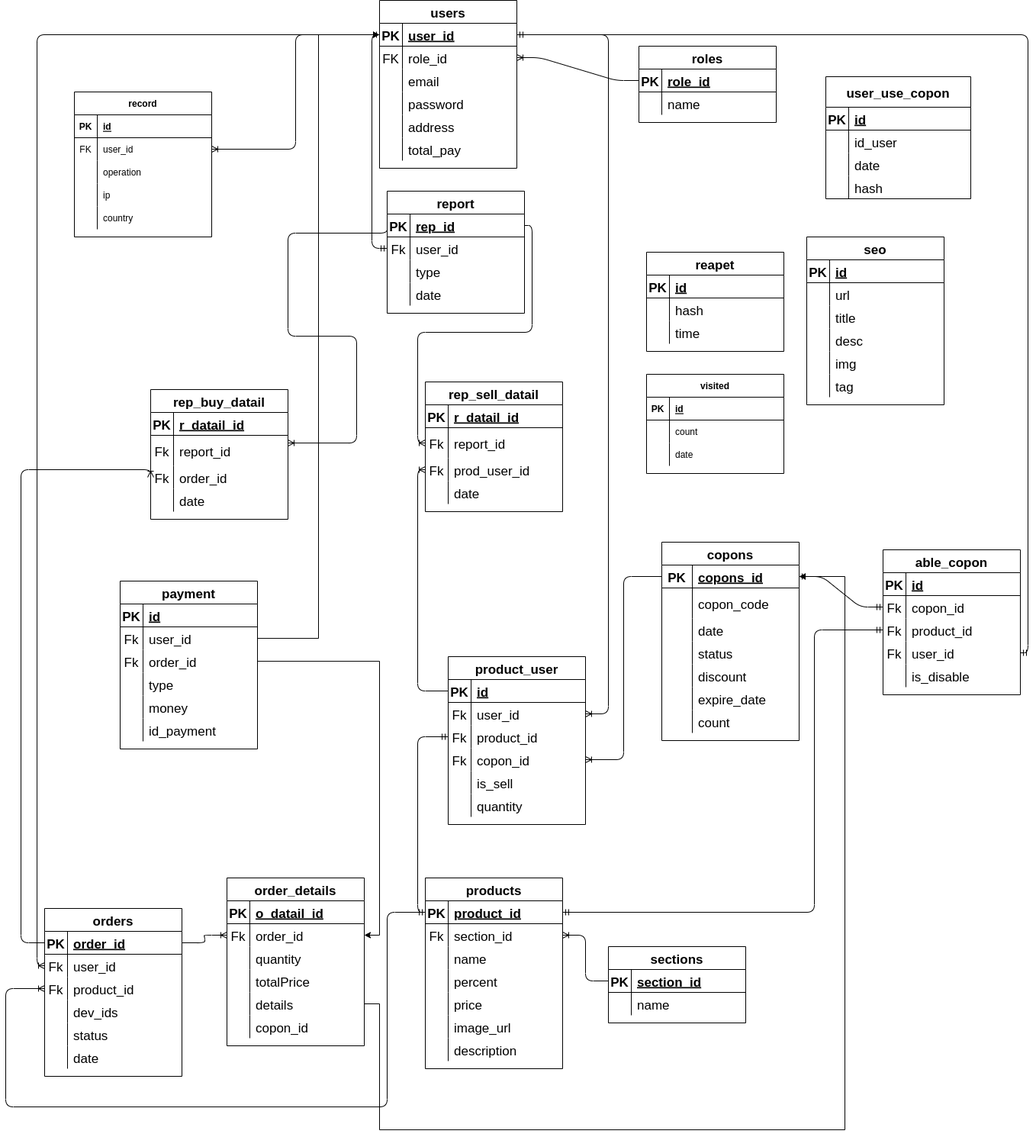
Above: ecommerce.png in fadel-hasan/e-commerce (draw.io), before the change. Source tidied: cells renumbered, new cells last; positions are measured from the earlier drawing's top-left corner, leaving out a move shared by most shapes.
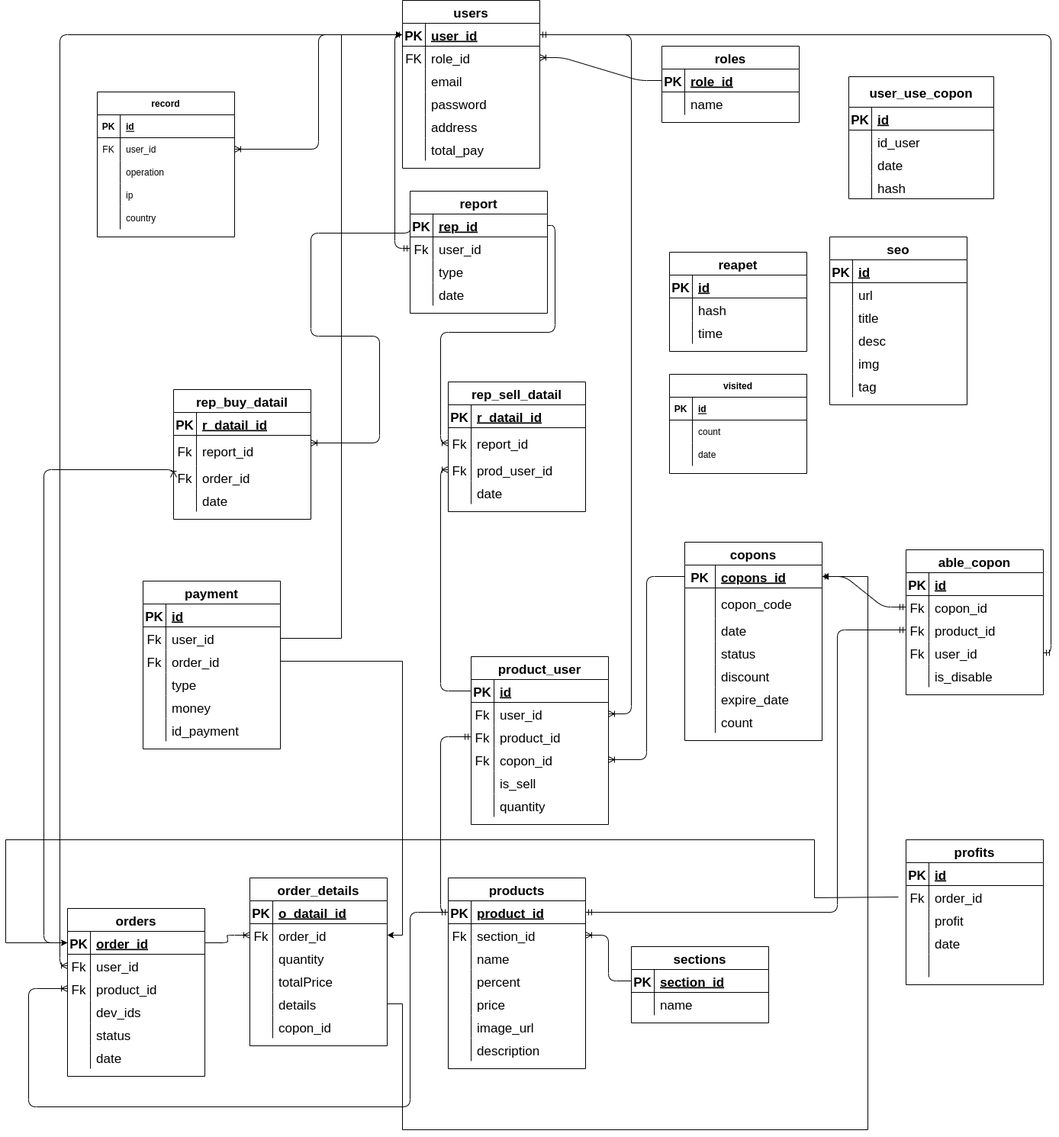
The same file after the commit.

What changed in the source:
```diff
@@ -921,5 +921,65 @@
     <mxCell id="297" value="hash" style="shape=partialRectangle;fillColor=none;top=0;left=0;bottom=0;right=0;align=left;spacingLeft=6;overflow=hidden;fontSize=17;strokeWidth=1;" parent="295" vertex="1">
       <mxGeometry x="30" width="160" height="30" as="geometry" />
     </mxCell>
+    <mxCell id="298" value="profits" style="shape=table;startSize=30;rowLines=0;fontStyle=1;align=center;fontSize=17;strokeWidth=1;" parent="1" vertex="1">
+      <mxGeometry x="1150" y="1100" width="180" height="190" as="geometry" />
+    </mxCell>
+    <mxCell id="299" style="shape=partialRectangle;fillColor=none;top=0;left=0;bottom=1;right=0;fontSize=17;strokeWidth=1;" parent="298" vertex="1">
+      <mxGeometry y="30" width="180" height="30" as="geometry" />
+    </mxCell>
+    <mxCell id="300" value="PK" style="shape=partialRectangle;fillColor=none;top=0;left=0;bottom=0;right=0;fontStyle=1;overflow=hidden;fontSize=17;strokeWidth=1;" parent="299" vertex="1">
+      <mxGeometry width="30" height="30" as="geometry" />
+    </mxCell>
+    <mxCell id="301" value="id" style="shape=partialRectangle;fillColor=none;top=0;left=0;bottom=0;right=0;align=left;spacingLeft=6;fontStyle=5;overflow=hidden;fontSize=17;strokeWidth=1;" parent="299" vertex="1">
+      <mxGeometry x="30" width="150" height="30" as="geometry" />
+    </mxCell>
+    <mxCell id="302" style="shape=partialRectangle;fillColor=none;top=0;left=0;bottom=0;right=0;fontSize=17;strokeWidth=1;" parent="298" vertex="1">
+      <mxGeometry y="60" width="180" height="30" as="geometry" />
+    </mxCell>
+    <mxCell id="303" value="Fk" style="shape=partialRectangle;fillColor=none;top=0;left=0;bottom=0;right=0;overflow=hidden;fontSize=17;strokeWidth=1;" parent="302" vertex="1">
+      <mxGeometry width="30" height="30" as="geometry" />
+    </mxCell>
+    <mxCell id="304" value="order_id" style="shape=partialRectangle;fillColor=none;top=0;left=0;bottom=0;right=0;align=left;spacingLeft=6;overflow=hidden;fontSize=17;strokeWidth=1;" parent="302" vertex="1">
+      <mxGeometry x="30" width="150" height="30" as="geometry" />
+    </mxCell>
+    <mxCell id="305" style="shape=partialRectangle;fillColor=none;top=0;left=0;bottom=0;right=0;fontSize=17;strokeWidth=1;" parent="298" vertex="1">
+      <mxGeometry y="90" width="180" height="30" as="geometry" />
+    </mxCell>
+    <mxCell id="306" style="shape=partialRectangle;fillColor=none;top=0;left=0;bottom=0;right=0;overflow=hidden;fontSize=17;strokeWidth=1;" parent="305" vertex="1">
+      <mxGeometry width="30" height="30" as="geometry" />
+    </mxCell>
+    <mxCell id="307" value="profit" style="shape=partialRectangle;fillColor=none;top=0;left=0;bottom=0;right=0;align=left;spacingLeft=6;overflow=hidden;fontSize=17;strokeWidth=1;" parent="305" vertex="1">
+      <mxGeometry x="30" width="150" height="30" as="geometry" />
+    </mxCell>
+    <mxCell id="308" style="shape=partialRectangle;fillColor=none;top=0;left=0;bottom=0;right=0;fontSize=17;strokeWidth=1;" parent="298" vertex="1">
+      <mxGeometry y="120" width="180" height="30" as="geometry" />
+    </mxCell>
+    <mxCell id="309" style="shape=partialRectangle;fillColor=none;top=0;left=0;bottom=0;right=0;overflow=hidden;fontSize=17;strokeWidth=1;" parent="308" vertex="1">
+      <mxGeometry width="30" height="30" as="geometry" />
+    </mxCell>
+    <mxCell id="310" value="date" style="shape=partialRectangle;fillColor=none;top=0;left=0;bottom=0;right=0;align=left;spacingLeft=6;overflow=hidden;fontSize=17;strokeWidth=1;" parent="308" vertex="1">
+      <mxGeometry x="30" width="150" height="30" as="geometry" />
+    </mxCell>
+    <mxCell id="311" style="shape=partialRectangle;fillColor=none;top=0;left=0;bottom=0;right=0;fontSize=17;strokeWidth=1;" parent="298" vertex="1">
+      <mxGeometry y="150" width="180" height="30" as="geometry" />
+    </mxCell>
+    <mxCell id="312" style="shape=partialRectangle;fillColor=none;top=0;left=0;bottom=0;right=0;overflow=hidden;fontSize=17;strokeWidth=1;" parent="311" vertex="1">
+      <mxGeometry width="30" height="30" as="geometry" />
+    </mxCell>
+    <mxCell id="313" style="shape=partialRectangle;fillColor=none;top=0;left=0;bottom=0;right=0;align=left;spacingLeft=6;overflow=hidden;fontSize=17;strokeWidth=1;" parent="311" vertex="1">
+      <mxGeometry x="30" width="150" height="30" as="geometry" />
+    </mxCell>
+    <mxCell id="314" style="edgeStyle=orthogonalEdgeStyle;rounded=0;jettySize=auto;html=1;" parent="1" edge="1" target="59">
+      <mxGeometry relative="1" as="geometry">
+        <mxPoint x="1140" y="1175" as="sourcePoint" />
+        <Array as="points">
+          <mxPoint x="1140" y="1176" />
+          <mxPoint x="1030" y="1176" />
+          <mxPoint x="1030" y="1100" />
+          <mxPoint x="-30" y="1100" />
+          <mxPoint x="-30" y="1235" />
+        </Array>
+      </mxGeometry>
+    </mxCell>
   </root>
 </mxGraphModel>
```
